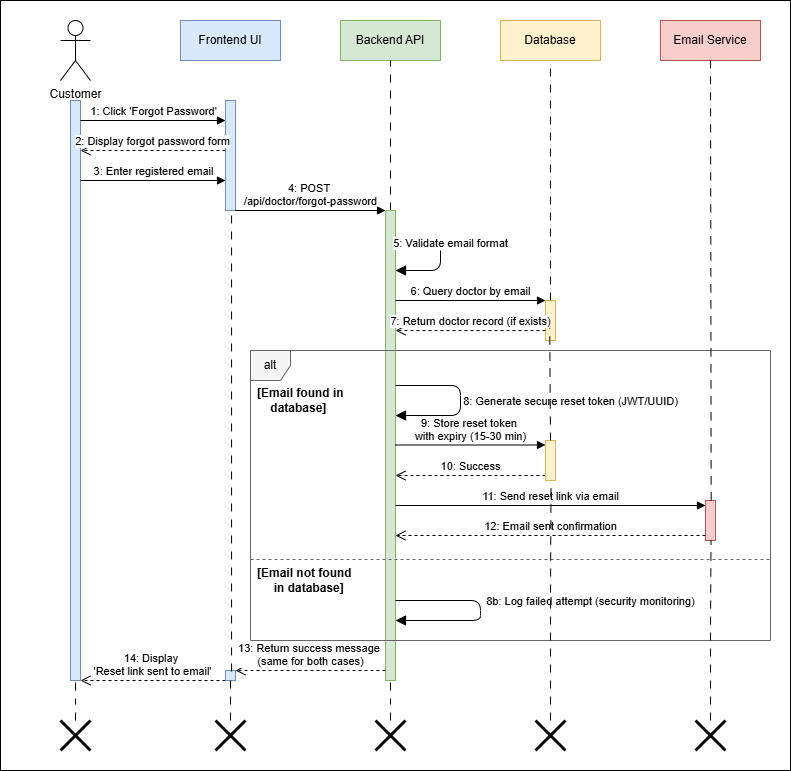
The draw.io diagram InProgress/Sequence Diagram/Branch Admin/forgot password/Forgot-Password-Diagram.png in shah541-g/Fyp-Diagrams, before a commit. Source tidied: cells renumbered, new cells last; positions are measured from the earlier drawing's top-left corner, leaving out a move shared by most shapes.
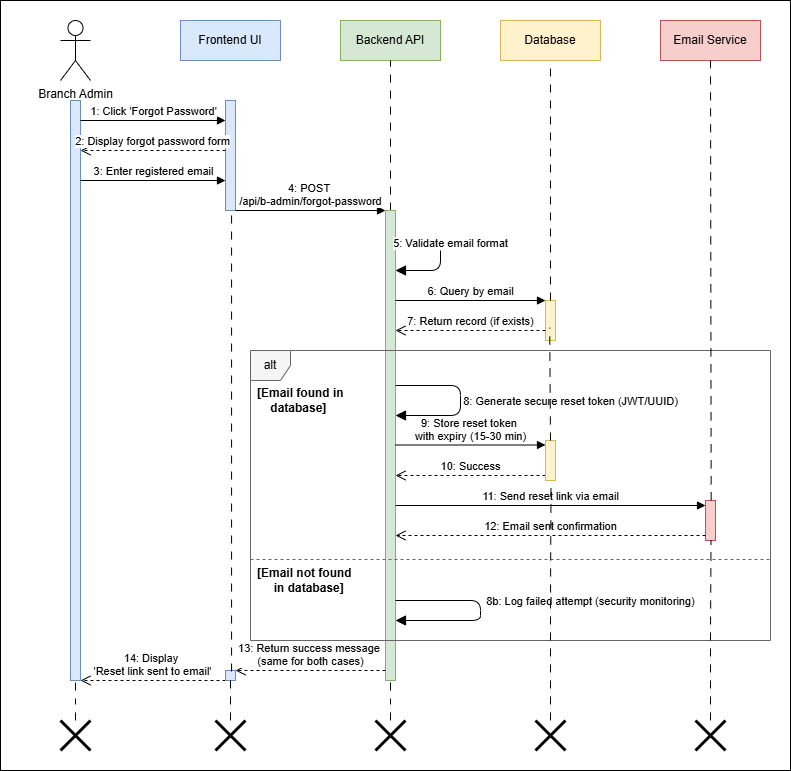
The same file after the commit.

Diff of the diagram source:
```diff
@@ -5,7 +5,7 @@
     <mxCell id="2" style="rounded=0;whiteSpace=wrap;html=1;" parent="1" vertex="1">
       <mxGeometry width="790" height="770" as="geometry" />
     </mxCell>
-    <mxCell id="3" value="Customer" style="shape=umlActor;verticalLabelPosition=bottom;verticalAlign=top;html=1;" parent="1" vertex="1">
+    <mxCell id="3" value="Branch Admin" style="shape=umlActor;verticalLabelPosition=bottom;verticalAlign=top;html=1;" parent="1" vertex="1">
       <mxGeometry x="60" y="20" width="30" height="60" as="geometry" />
     </mxCell>
     <mxCell id="4" style="html=1;perimeter=orthogonalPerimeter;fillColor=#dae8fc;strokeColor=#6c8ebf;" parent="1" vertex="1">
@@ -56,7 +56,7 @@
         <mxPoint x="225" y="180" as="targetPoint" />
       </mxGeometry>
     </mxCell>
-    <mxCell id="17" value="4: POST&amp;nbsp;&lt;div&gt;/api/doctor/forgot-password&lt;/div&gt;" style="html=1;verticalAlign=bottom;endArrow=block;" parent="1" edge="1">
+    <mxCell id="17" value="4: POST&amp;nbsp;&lt;div&gt;/api/b-admin/forgot-password&lt;/div&gt;" style="html=1;verticalAlign=bottom;endArrow=block;" parent="1" edge="1">
       <mxGeometry relative="1" as="geometry">
         <mxPoint x="235" y="210" as="sourcePoint" />
         <mxPoint x="385" y="210" as="targetPoint" />
@@ -72,13 +72,13 @@
         </Array>
       </mxGeometry>
     </mxCell>
-    <mxCell id="19" value="6: Query doctor by email" style="html=1;verticalAlign=bottom;endArrow=block;" parent="1" edge="1">
+    <mxCell id="19" value="6: Query by email" style="html=1;verticalAlign=bottom;endArrow=block;" parent="1" edge="1">
       <mxGeometry relative="1" as="geometry">
         <mxPoint x="395" y="300" as="sourcePoint" />
         <mxPoint x="545" y="300" as="targetPoint" />
       </mxGeometry>
     </mxCell>
-    <mxCell id="20" value="7: Return doctor record (if exists)" style="html=1;verticalAlign=bottom;endArrow=open;dashed=1;endSize=8;" parent="1" edge="1">
+    <mxCell id="20" value="7: Return record (if exists)" style="html=1;verticalAlign=bottom;endArrow=open;dashed=1;endSize=8;" parent="1" edge="1">
       <mxGeometry relative="1" as="geometry">
         <mxPoint x="545" y="330" as="sourcePoint" />
         <mxPoint x="395" y="330" as="targetPoint" />
```
